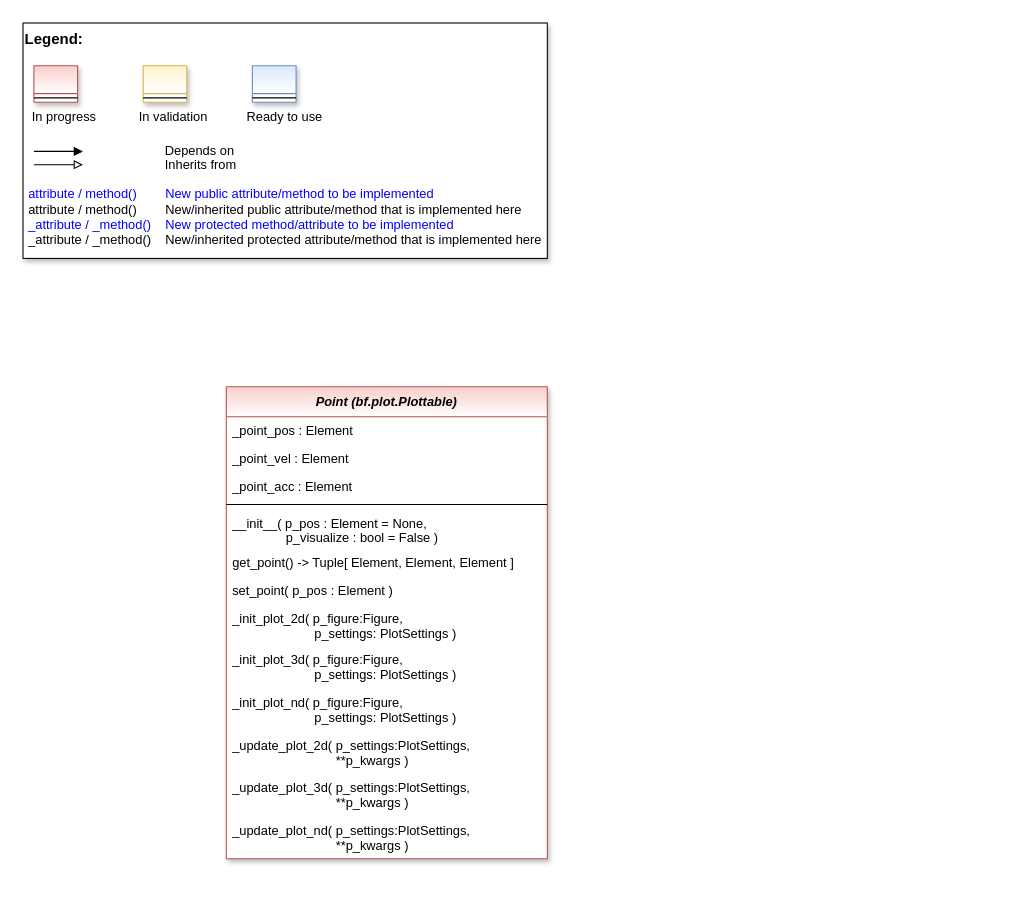
The draw.io diagram doc/rtd/content/04_appendices/appendix2/sub/core/mlpro_bf/layer2_mathematics/images/MLPro-BF-Math-Geometry_class_diagram.drawio in fhswf/MLPro, before the edit. Source tidied: cells renumbered, new cells numbered last; positions are measured from the earlier drawing's top-left corner, leaving out a move shared by most shapes. Both pictures are drawn from the tidied source at 107%, with x=0, y=0 at pixel (22, 22).
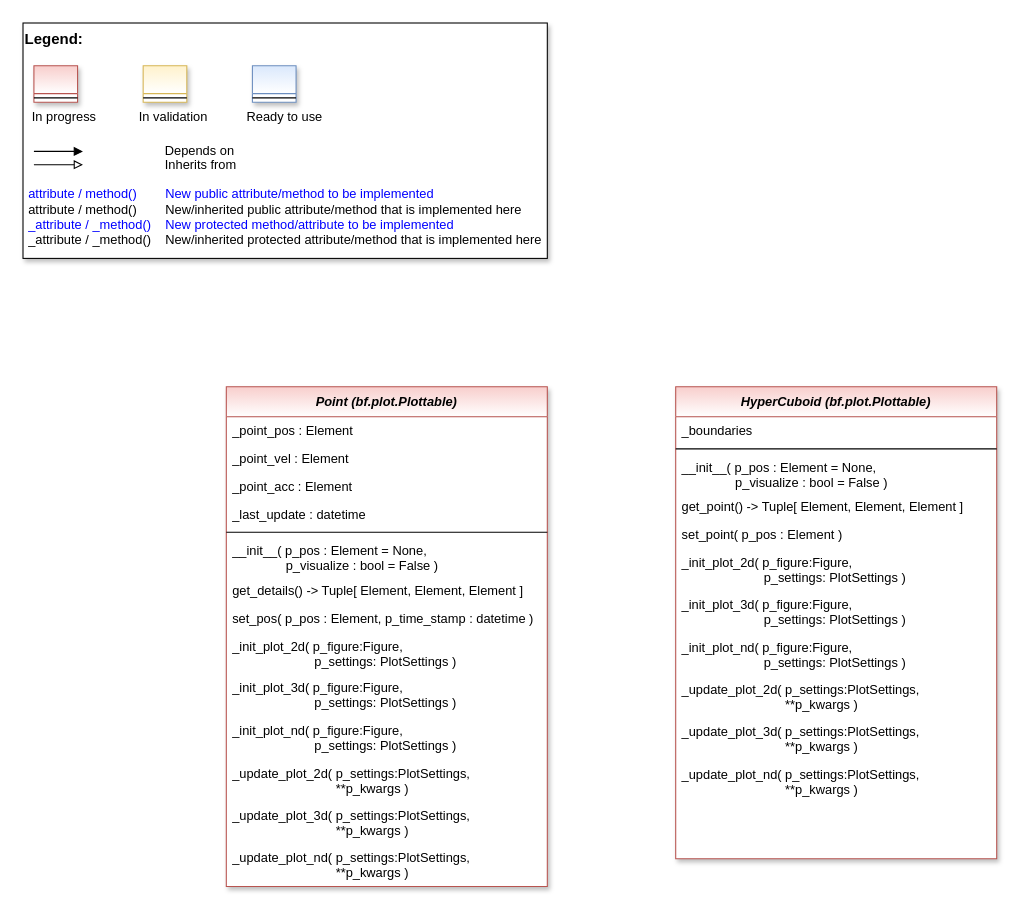
Above is the later version.

Commit message (it also covers changes not shown here):
BF-MATH: New sub-topic for geometric objects #739

Diff of the diagram source:
```diff
@@
     <mxCell id="12" value="Point (bf.plot.Plottable)" style="swimlane;fontStyle=3;align=center;verticalAlign=top;horizontal=1;startSize=28;rounded=0;shadow=1;strokeWidth=1;fillColor=#f8cecc;strokeColor=#b85450;swimlaneFillColor=#ffffff;gradientColor=#ffffff;" parent="1" vertex="1">
-      <mxGeometry x="190" y="340" width="300" height="441" as="geometry" />
+      <mxGeometry x="190" y="340" width="300" height="467" as="geometry" />
     </mxCell>
@@
+    <mxCell id="26" value="_last_update : datetime" style="text;align=left;verticalAlign=top;spacingLeft=4;spacingRight=4;overflow=hidden;" parent="12" vertex="1">
+      <mxGeometry y="106" width="300" height="26" as="geometry" />
+    </mxCell>
     <mxCell id="16" style="line;html=1;strokeWidth=1;align=left;verticalAlign=middle;spacingTop=-1;spacingLeft=3;spacingRight=3;labelPosition=right;" parent="12" vertex="1">
-      <mxGeometry y="106" width="300" height="8" as="geometry" />
+      <mxGeometry y="132" width="300" height="8" as="geometry" />
     </mxCell>
     <mxCell id="17" value="__init__( p_pos : Element = None,&#10;               p_visualize : bool = False )" style="text;align=left;verticalAlign=top;spacingLeft=4;spacingRight=4;overflow=hidden;fontColor=default;" parent="12" vertex="1">
-      <mxGeometry y="114" width="300" height="37" as="geometry" />
+      <mxGeometry y="140" width="300" height="37" as="geometry" />
     </mxCell>
-    <mxCell id="18" value="get_point() -&gt; Tuple[ Element, Element, Element ]" style="text;align=left;verticalAlign=top;spacingLeft=4;spacingRight=4;overflow=hidden;" parent="12" vertex="1">
-      <mxGeometry y="151" width="300" height="26" as="geometry" />
+    <mxCell id="18" value="get_details() -&gt; Tuple[ Element, Element, Element ]" style="text;align=left;verticalAlign=top;spacingLeft=4;spacingRight=4;overflow=hidden;" parent="12" vertex="1">
+      <mxGeometry y="177" width="300" height="26" as="geometry" />
     </mxCell>
-    <mxCell id="19" value="set_point( p_pos : Element )" style="text;align=left;verticalAlign=top;spacingLeft=4;spacingRight=4;overflow=hidden;" parent="12" vertex="1">
-      <mxGeometry y="177" width="300" height="26" as="geometry" />
+    <mxCell id="19" value="set_pos( p_pos : Element, p_time_stamp : datetime )" style="text;align=left;verticalAlign=top;spacingLeft=4;spacingRight=4;overflow=hidden;" parent="12" vertex="1">
+      <mxGeometry y="203" width="300" height="26" as="geometry" />
     </mxCell>
     <mxCell id="20" value="_init_plot_2d( p_figure:Figure, &#10;                       p_settings: PlotSettings )" style="text;align=left;verticalAlign=top;spacingLeft=4;spacingRight=4;overflow=hidden;fontColor=default;" parent="12" vertex="1">
-      <mxGeometry y="203" width="300" height="39" as="geometry" />
+      <mxGeometry y="229" width="300" height="39" as="geometry" />
     </mxCell>
     <mxCell id="21" value="_init_plot_3d( p_figure:Figure, &#10;                       p_settings: PlotSettings )" style="text;align=left;verticalAlign=top;spacingLeft=4;spacingRight=4;overflow=hidden;fontColor=default;" parent="12" vertex="1">
-      <mxGeometry y="242" width="300" height="40" as="geometry" />
+      <mxGeometry y="268" width="300" height="40" as="geometry" />
     </mxCell>
     <mxCell id="22" value="_init_plot_nd( p_figure:Figure, &#10;                       p_settings: PlotSettings )" style="text;align=left;verticalAlign=top;spacingLeft=4;spacingRight=4;overflow=hidden;fontColor=default;" parent="12" vertex="1">
-      <mxGeometry y="282" width="300" height="40" as="geometry" />
+      <mxGeometry y="308" width="300" height="40" as="geometry" />
     </mxCell>
     <mxCell id="23" value="_update_plot_2d( p_settings:PlotSettings,&#10;                             **p_kwargs )" style="text;align=left;verticalAlign=top;spacingLeft=4;spacingRight=4;overflow=hidden;fontColor=default;" parent="12" vertex="1">
-      <mxGeometry y="322" width="300" height="39" as="geometry" />
+      <mxGeometry y="348" width="300" height="39" as="geometry" />
     </mxCell>
     <mxCell id="24" value="_update_plot_3d( p_settings:PlotSettings,&#10;                             **p_kwargs )" style="text;align=left;verticalAlign=top;spacingLeft=4;spacingRight=4;overflow=hidden;fontColor=default;" parent="12" vertex="1">
-      <mxGeometry y="361" width="300" height="40" as="geometry" />
+      <mxGeometry y="387" width="300" height="40" as="geometry" />
     </mxCell>
     <mxCell id="25" value="_update_plot_nd( p_settings:PlotSettings,&#10;                             **p_kwargs )" style="text;align=left;verticalAlign=top;spacingLeft=4;spacingRight=4;overflow=hidden;fontColor=default;" parent="12" vertex="1">
-      <mxGeometry y="401" width="300" height="40" as="geometry" />
+      <mxGeometry y="427" width="300" height="40" as="geometry" />
     </mxCell>
+    <mxCell id="27" value="HyperCuboid (bf.plot.Plottable)" style="swimlane;fontStyle=3;align=center;verticalAlign=top;horizontal=1;startSize=28;rounded=0;shadow=1;strokeWidth=1;fillColor=#f8cecc;strokeColor=#b85450;swimlaneFillColor=#ffffff;gradientColor=#ffffff;" parent="1" vertex="1">
+      <mxGeometry x="610" y="340" width="300" height="441" as="geometry" />
+    </mxCell>
+    <mxCell id="28" value="_boundaries" style="text;align=left;verticalAlign=top;spacingLeft=4;spacingRight=4;overflow=hidden;" parent="27" vertex="1">
+      <mxGeometry y="28" width="300" height="26" as="geometry" />
+    </mxCell>
+    <mxCell id="29" style="line;html=1;strokeWidth=1;align=left;verticalAlign=middle;spacingTop=-1;spacingLeft=3;spacingRight=3;labelPosition=right;" parent="27" vertex="1">
+      <mxGeometry y="54" width="300" height="8" as="geometry" />
+    </mxCell>
+    <mxCell id="30" value="__init__( p_pos : Element = None,&#10;               p_visualize : bool = False )" style="text;align=left;verticalAlign=top;spacingLeft=4;spacingRight=4;overflow=hidden;fontColor=default;" parent="27" vertex="1">
+      <mxGeometry y="62" width="300" height="37" as="geometry" />
+    </mxCell>
+    <mxCell id="31" value="get_point() -&gt; Tuple[ Element, Element, Element ]" style="text;align=left;verticalAlign=top;spacingLeft=4;spacingRight=4;overflow=hidden;" parent="27" vertex="1">
+      <mxGeometry y="99" width="300" height="26" as="geometry" />
+    </mxCell>
+    <mxCell id="32" value="set_point( p_pos : Element )" style="text;align=left;verticalAlign=top;spacingLeft=4;spacingRight=4;overflow=hidden;" parent="27" vertex="1">
+      <mxGeometry y="125" width="300" height="26" as="geometry" />
+    </mxCell>
+    <mxCell id="33" value="_init_plot_2d( p_figure:Figure, &#10;                       p_settings: PlotSettings )" style="text;align=left;verticalAlign=top;spacingLeft=4;spacingRight=4;overflow=hidden;fontColor=default;" parent="27" vertex="1">
+      <mxGeometry y="151" width="300" height="39" as="geometry" />
+    </mxCell>
+    <mxCell id="34" value="_init_plot_3d( p_figure:Figure, &#10;                       p_settings: PlotSettings )" style="text;align=left;verticalAlign=top;spacingLeft=4;spacingRight=4;overflow=hidden;fontColor=default;" parent="27" vertex="1">
+      <mxGeometry y="190" width="300" height="40" as="geometry" />
+    </mxCell>
+    <mxCell id="35" value="_init_plot_nd( p_figure:Figure, &#10;                       p_settings: PlotSettings )" style="text;align=left;verticalAlign=top;spacingLeft=4;spacingRight=4;overflow=hidden;fontColor=default;" parent="27" vertex="1">
+      <mxGeometry y="230" width="300" height="40" as="geometry" />
+    </mxCell>
+    <mxCell id="36" value="_update_plot_2d( p_settings:PlotSettings,&#10;                             **p_kwargs )" style="text;align=left;verticalAlign=top;spacingLeft=4;spacingRight=4;overflow=hidden;fontColor=default;" parent="27" vertex="1">
+      <mxGeometry y="270" width="300" height="39" as="geometry" />
+    </mxCell>
+    <mxCell id="37" value="_update_plot_3d( p_settings:PlotSettings,&#10;                             **p_kwargs )" style="text;align=left;verticalAlign=top;spacingLeft=4;spacingRight=4;overflow=hidden;fontColor=default;" parent="27" vertex="1">
+      <mxGeometry y="309" width="300" height="40" as="geometry" />
+    </mxCell>
+    <mxCell id="38" value="_update_plot_nd( p_settings:PlotSettings,&#10;                             **p_kwargs )" style="text;align=left;verticalAlign=top;spacingLeft=4;spacingRight=4;overflow=hidden;fontColor=default;" parent="27" vertex="1">
+      <mxGeometry y="349" width="300" height="40" as="geometry" />
+    </mxCell>
```
